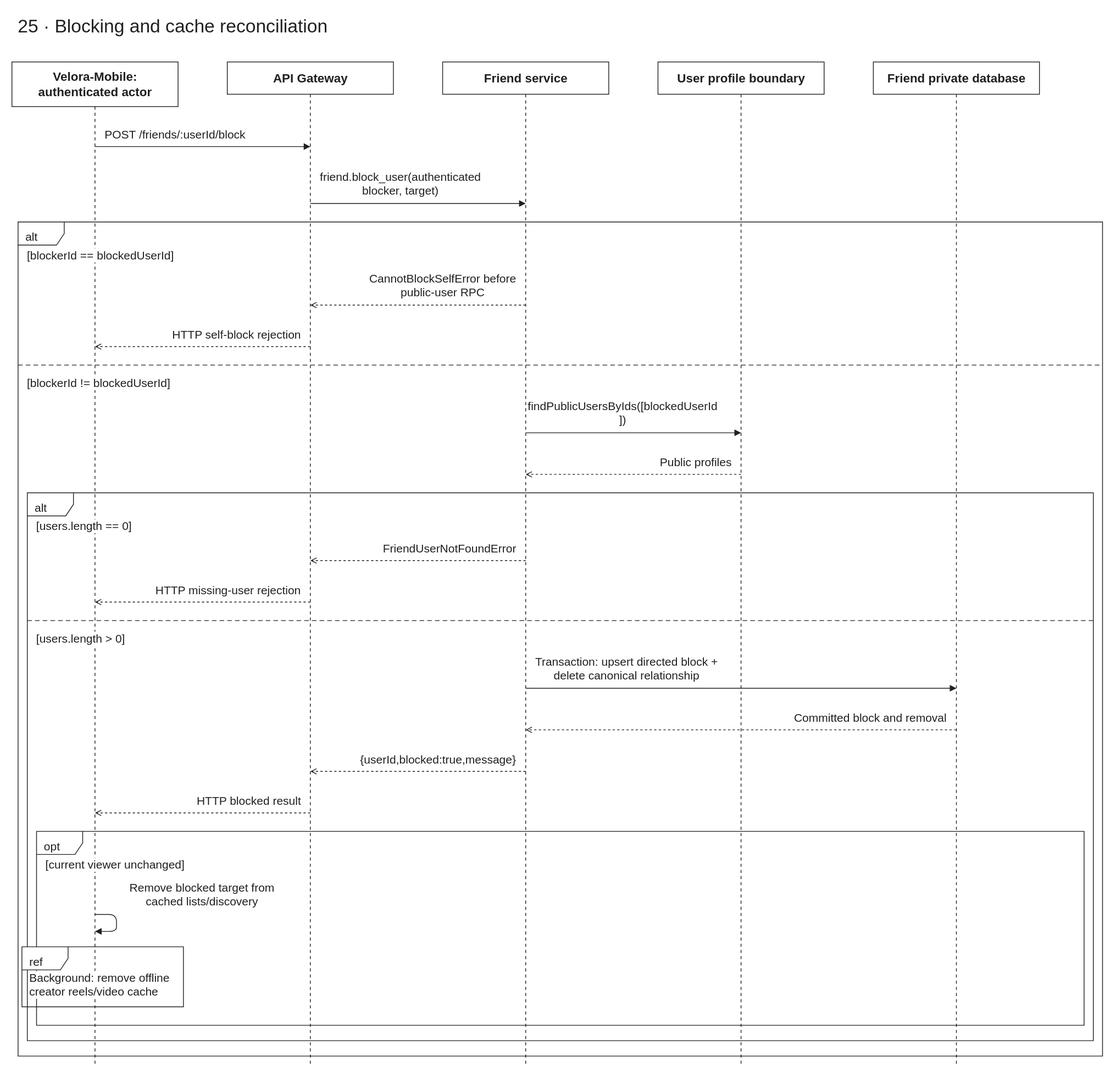
Above: docs/diagrams/velora-current/importable-svg/25-friend-block.drawio.svg in HieuCuteDangYeu/velora-backend (draw.io), before the change. Source tidied: cells renumbered, new cells last; positions are measured from the earlier drawing's top-left corner, leaving out a move shared by most shapes.
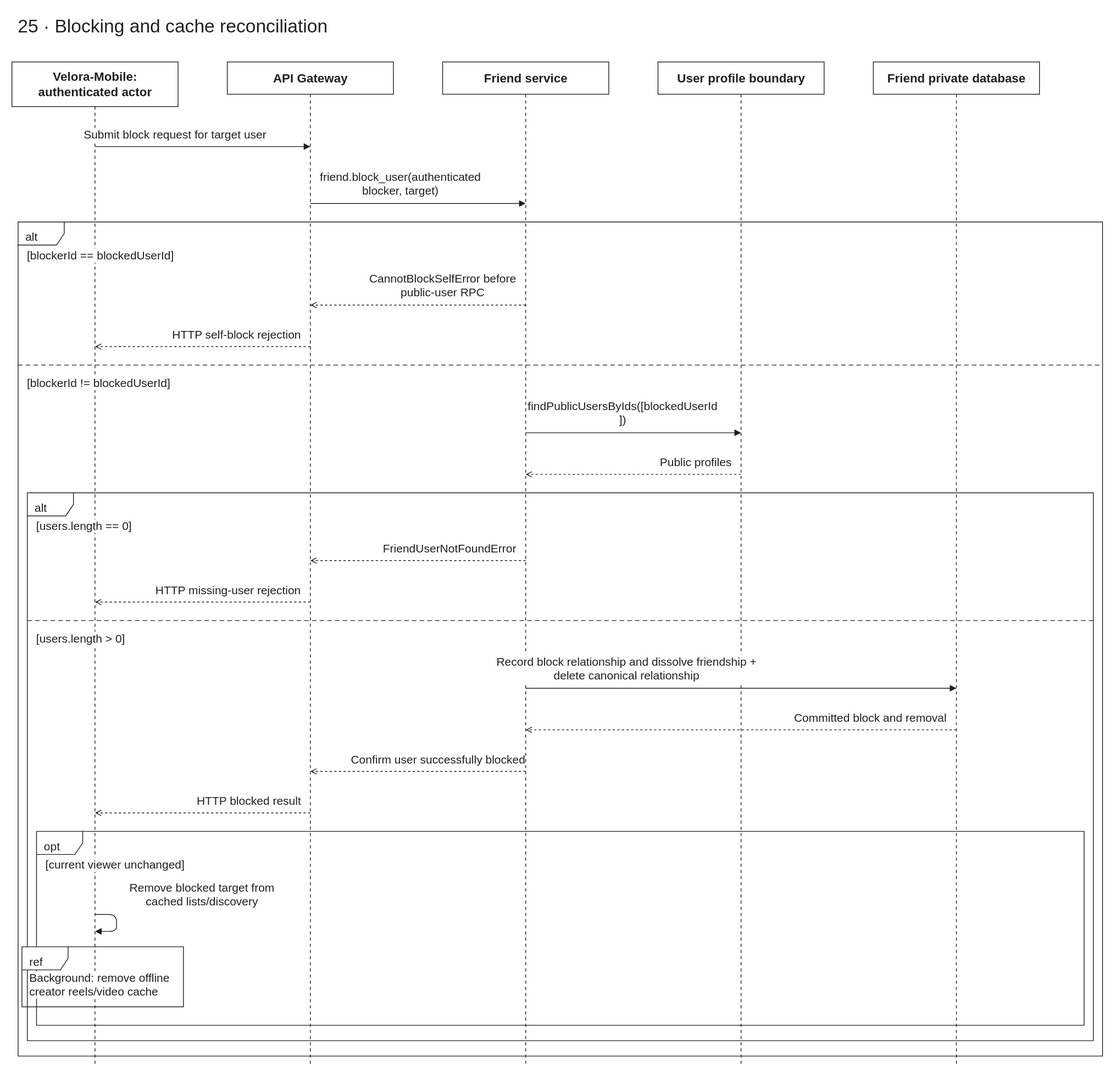
Later version of the same file.

What changed in the source:
```diff
@@ -68,7 +68,7 @@
         <mxPoint x="1228" y="1369" as="targetPoint" />
       </mxGeometry>
     </mxCell>
-    <mxCell id="17" value="POST /friends/:userId/block" style="html=1;strokeColor=light-dark(#202020,#eeeeee);strokeWidth=1;fontColor=light-dark(#202020,#eeeeee);fontSize=15;labelBackgroundColor=light-dark(#ffffff,#181818);labelBorderColor=none;spacing=0;align=center;verticalAlign=middle;endArrow=block;endFill=1;labelWidth=192;fontFamily=Arial;" parent="1" edge="1">
+    <mxCell id="17" value="Submit block request for target user" style="html=1;strokeColor=light-dark(#202020,#eeeeee);strokeWidth=1;fontColor=light-dark(#202020,#eeeeee);fontSize=15;labelBackgroundColor=light-dark(#ffffff,#181818);labelBorderColor=none;spacing=0;align=center;verticalAlign=middle;endArrow=block;endFill=1;labelWidth=192;fontFamily=Arial;" parent="1" edge="1">
       <mxGeometry x="-0.26" y="16" relative="1" as="geometry">
         <mxPoint x="108" y="175" as="sourcePoint" />
         <mxPoint x="388" y="175" as="targetPoint" />
@@ -98,7 +98,7 @@
     <mxCell id="22" value="[blockerId != blockedUserId]" style="text;html=1;whiteSpace=wrap;fontSize=15;align=left;verticalAlign=top;spacing=0;fontColor=light-dark(#202020,#eeeeee);fillColor=none;labelBackgroundColor=light-dark(#ffffff,#181818);strokeColor=none;fontFamily=Arial;" parent="1" vertex="1">
       <mxGeometry x="20" y="469" width="191" height="22" as="geometry" />
     </mxCell>
-    <mxCell id="23" value="findPublicUsersByIds([blockedUserId&lt;br&gt;])" style="html=1;strokeColor=light-dark(#202020,#eeeeee);strokeWidth=1;fontColor=light-dark(#202020,#eeeeee);fontSize=15;labelBackgroundColor=light-dark(#ffffff,#181818);labelBorderColor=none;spacing=0;align=center;verticalAlign=middle;endArrow=block;endFill=1;labelWidth=255;fontFamily=Arial;" parent="1" edge="1">
+    <mxCell id="23" value="Query public profile for blocked user" style="html=1;strokeColor=light-dark(#202020,#eeeeee);strokeWidth=1;fontColor=light-dark(#202020,#eeeeee);fontSize=15;labelBackgroundColor=light-dark(#ffffff,#181818);labelBorderColor=none;spacing=0;align=center;verticalAlign=middle;endArrow=block;endFill=1;labelWidth=255;fontFamily=Arial;" parent="1" edge="1">
       <mxGeometry x="-0.1" y="26" relative="1" as="geometry">
         <mxPoint x="668" y="547" as="sourcePoint" />
         <mxPoint x="948" y="547" as="targetPoint" />
@@ -128,7 +128,7 @@
     <mxCell id="28" value="[users.length &amp;gt; 0]" style="text;html=1;whiteSpace=wrap;fontSize=15;align=left;verticalAlign=top;spacing=0;fontColor=light-dark(#202020,#eeeeee);fillColor=none;labelBackgroundColor=light-dark(#ffffff,#181818);strokeColor=none;fontFamily=Arial;" parent="1" vertex="1">
       <mxGeometry x="32" y="801" width="120" height="22" as="geometry" />
     </mxCell>
-    <mxCell id="29" value="Transaction: upsert directed block +&lt;br&gt;delete canonical relationship" style="html=1;strokeColor=light-dark(#202020,#eeeeee);strokeWidth=1;fontColor=light-dark(#202020,#eeeeee);fontSize=15;labelBackgroundColor=light-dark(#ffffff,#181818);labelBorderColor=none;spacing=0;align=center;verticalAlign=middle;endArrow=block;endFill=1;labelWidth=246;fontFamily=Arial;" parent="1" edge="1">
+    <mxCell id="29" value="Record block relationship and dissolve friendship" style="html=1;strokeColor=light-dark(#202020,#eeeeee);strokeWidth=1;fontColor=light-dark(#202020,#eeeeee);fontSize=15;labelBackgroundColor=light-dark(#ffffff,#181818);labelBorderColor=none;spacing=0;align=center;verticalAlign=middle;endArrow=block;endFill=1;labelWidth=246;fontFamily=Arial;" parent="1" edge="1">
       <mxGeometry x="-0.53" y="26" relative="1" as="geometry">
         <mxPoint x="668" y="879" as="sourcePoint" />
         <mxPoint x="1228" y="879" as="targetPoint" />
@@ -140,7 +140,7 @@
         <mxPoint x="668" y="933" as="targetPoint" />
       </mxGeometry>
     </mxCell>
-    <mxCell id="31" value="{userId,blocked:true,message}" style="html=1;strokeColor=light-dark(#202020,#eeeeee);strokeWidth=1;fontColor=light-dark(#202020,#eeeeee);fontSize=15;labelBackgroundColor=light-dark(#ffffff,#181818);labelBorderColor=none;spacing=0;align=center;verticalAlign=middle;endArrow=open;endFill=0;dashed=1;labelWidth=211;fontFamily=Arial;" parent="1" edge="1">
+    <mxCell id="31" value="Confirm user successfully blocked" style="html=1;strokeColor=light-dark(#202020,#eeeeee);strokeWidth=1;fontColor=light-dark(#202020,#eeeeee);fontSize=15;labelBackgroundColor=light-dark(#ffffff,#181818);labelBorderColor=none;spacing=0;align=center;verticalAlign=middle;endArrow=open;endFill=0;dashed=1;labelWidth=211;fontFamily=Arial;" parent="1" edge="1">
       <mxGeometry x="-0.19" y="-16" relative="1" as="geometry">
         <mxPoint x="668" y="987" as="sourcePoint" />
         <mxPoint x="388" y="987" as="targetPoint" />
@@ -155,15 +155,11 @@
     <mxCell id="33" value="[current viewer unchanged]" style="text;html=1;whiteSpace=wrap;fontSize=15;align=left;verticalAlign=top;spacing=0;fontColor=light-dark(#202020,#eeeeee);fillColor=none;labelBackgroundColor=light-dark(#ffffff,#181818);strokeColor=none;fontFamily=Arial;" parent="1" vertex="1">
       <mxGeometry x="44" y="1095" width="185" height="22" as="geometry" />
     </mxCell>
-    <mxCell id="34" value="Remove blocked target from&lt;br&gt;cached lists/discovery" style="html=1;strokeColor=light-dark(#202020,#eeeeee);strokeWidth=1;fontColor=light-dark(#202020,#eeeeee);fontSize=15;labelBackgroundColor=light-dark(#ffffff,#181818);labelBorderColor=none;spacing=0;align=center;verticalAlign=middle;endArrow=block;endFill=1;labelWidth=197;fontFamily=Arial;" parent="1" edge="1">
+    <mxCell id="34" value="Remove blocked target from&lt;br&gt;cached lists/discovery" style="html=1;strokeColor=light-dark(#202020,#eeeeee);strokeWidth=1;fontColor=light-dark(#202020,#eeeeee);fontSize=15;labelBackgroundColor=light-dark(#ffffff,#181818);labelBorderColor=none;spacing=0;align=center;verticalAlign=middle;endArrow=block;endFill=1;labelWidth=197;fontFamily=Arial;edgeStyle=orthogonalEdgeStyle;curved=0;rounded=0;orthogonalLoop=1;jettySize=auto;labelBackgroundColor=#ffffff;labelWidth=240;whiteSpace=wrap;align=left;" parent="1" edge="1">
       <mxGeometry x="-1" relative="1" as="geometry">
         <mxPoint x="108" y="1173" as="sourcePoint" />
-        <mxPoint x="108" y="1195" as="targetPoint" />
-        <Array as="points">
-          <mxPoint x="136" y="1173" />
-          <mxPoint x="136" y="1195" />
-        </Array>
-        <mxPoint x="138.5" y="-26" as="offset" />
+        <mxPoint x="108" y="1201" as="targetPoint" />
+        <mxPoint x="10" y="-10" as="offset" />
       </mxGeometry>
     </mxCell>
     <mxCell id="35" value="ref" style="shape=umlFrame;html=1;fillColor=light-dark(#ffffff,#181818);strokeColor=light-dark(#202020,#eeeeee);strokeWidth=1;fontColor=light-dark(#202020,#eeeeee);fontSize=15;align=left;verticalAlign=top;spacingLeft=8;spacingTop=4;fontFamily=Arial;" parent="1" vertex="1">
```
